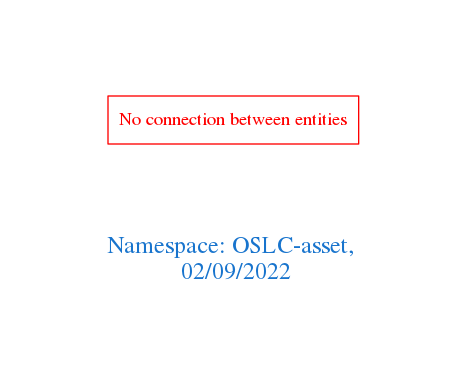
Above: downloads/OSLC-asset.png in arago/OGIT (Graphviz), before the change. Its source is kept beside it as downloads/OSLC-asset.dot.
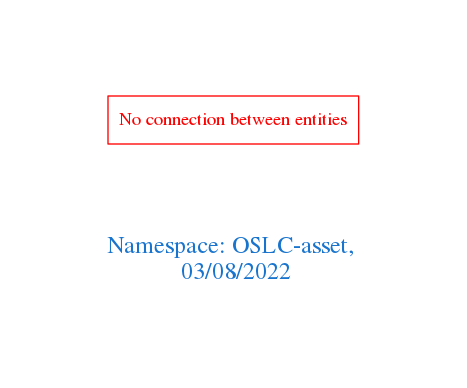
Later version of the same file.

Change to the diagram source:
```diff
@@ -1,7 +1,7 @@
 digraph OGIT_ontology {
  graph [ rankdir= LR,pad=1
 fontsize = 18,
-fontcolor= dodgerblue3,label = "\n\n\nNamespace: OSLC-asset, \n 02/09/2022"];
+fontcolor= dodgerblue3,label = "\n\n\nNamespace: OSLC-asset, \n 03/08/2022"];
 node[shape=polygon];
 edge [  color="gray81"];
 
```
